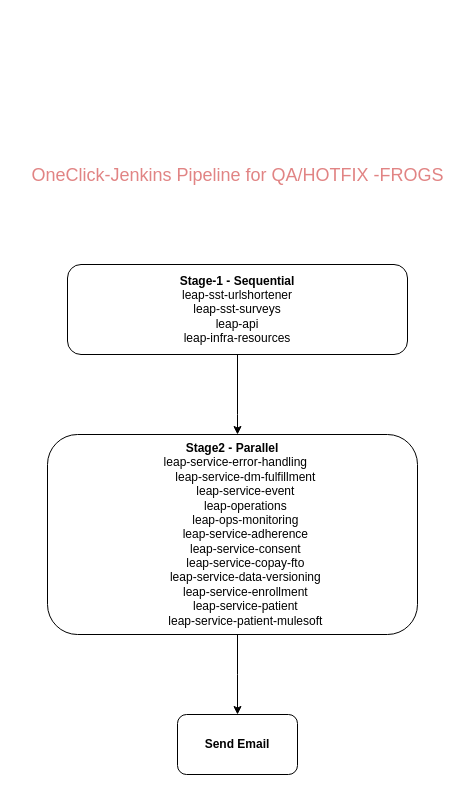
Before: Untitled Diagram.drawio in Sujin451/jenkins, a draw.io diagram. Source tidied: cells renumbered, new cells numbered last; positions are measured from the earlier drawing's top-left corner, leaving out a move shared by most shapes. Both pictures are drawn from the tidied source at 100%, with x=0, y=0 at pixel (17, 155).
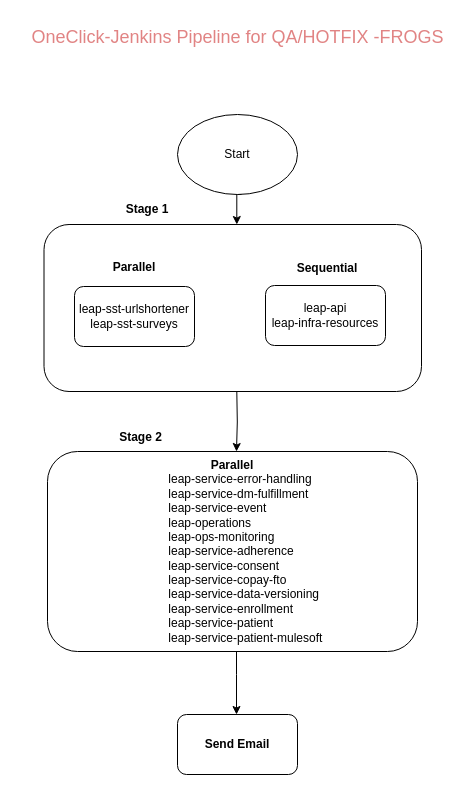
The same page after the edit.

The change refers to these unchanged cells:
```xml
<mxCell id="7" value="&lt;b&gt;Send Email&lt;/b&gt;" style="whiteSpace=wrap;html=1;rounded=1;" parent="1" vertex="1">
  <mxGeometry x="160" y="559" width="120" height="60" as="geometry" />
</mxCell>
```

Diff of the diagram source:
```diff
@@
-    <mxCell id="2" style="edgeStyle=orthogonalEdgeStyle;rounded=0;jettySize=auto;html=1;" parent="1" edge="1" source="3" target="5">
-      <mxGeometry relative="1" as="geometry">
-        <Array as="points">
-          <mxPoint x="220" y="259" />
-          <mxPoint x="220" y="259" />
-        </Array>
-      </mxGeometry>
-    </mxCell>
+    <mxCell id="9" style="edgeStyle=orthogonalEdgeStyle;rounded=0;orthogonalLoop=1;jettySize=auto;html=1;entryX=0.5;entryY=0;entryDx=0;entryDy=0;" parent="1" edge="1">
+      <mxGeometry relative="1" as="geometry">
+        <mxPoint x="219.3" y="236" as="sourcePoint" />
+        <mxPoint x="219" y="296" as="targetPoint" />
+      </mxGeometry>
+    </mxCell>
-    <mxCell id="3" value="&lt;b&gt;Stage-1 - Sequential&lt;/b&gt;&lt;div&gt;leap-sst-urlshortener&lt;/div&gt;&lt;div&gt;leap-sst-surveys&lt;/div&gt;&lt;div&gt;leap-api&lt;/div&gt;&lt;div&gt;leap-infra-resources&lt;/div&gt;" style="rounded=1;whiteSpace=wrap;html=1;" parent="1" vertex="1">
-      <mxGeometry x="50" y="109" width="340" height="90" as="geometry" />
+    <mxCell id="3" style="rounded=1;whiteSpace=wrap;html=1;" parent="1" vertex="1">
+      <mxGeometry x="26.5" y="69" width="377.5" height="167" as="geometry" />
     </mxCell>
-    <mxCell id="4" style="edgeStyle=orthogonalEdgeStyle;rounded=0;jettySize=auto;html=1;" parent="1" edge="1" source="5" target="7">
+    <mxCell id="4" style="edgeStyle=orthogonalEdgeStyle;rounded=0;orthogonalLoop=1;jettySize=auto;html=1;" parent="1" edge="1">
       <mxGeometry relative="1" as="geometry">
+        <mxPoint x="219" y="479" as="sourcePoint" />
+        <mxPoint x="219" y="559" as="targetPoint" />
         <Array as="points">
-          <mxPoint x="220" y="519" />
-          <mxPoint x="220" y="519" />
+          <mxPoint x="219" y="519" />
+          <mxPoint x="219" y="519" />
         </Array>
       </mxGeometry>
     </mxCell>
-    <mxCell id="5" value="&lt;b&gt;Stage2 - Parallel&lt;/b&gt;&lt;div&gt;&lt;div&gt;&amp;nbsp; leap-service-error-handling&lt;/div&gt;&lt;div&gt;&amp;nbsp; &amp;nbsp; &amp;nbsp; &amp;nbsp; leap-service-dm-fulfillment&lt;/div&gt;&lt;div&gt;&amp;nbsp; &amp;nbsp; &amp;nbsp; &amp;nbsp; leap-service-event&lt;/div&gt;&lt;div&gt;&amp;nbsp; &amp;nbsp; &amp;nbsp; &amp;nbsp; leap-operations&lt;/div&gt;&lt;div&gt;&amp;nbsp; &amp;nbsp; &amp;nbsp; &amp;nbsp; leap-ops-monitoring&lt;/div&gt;&lt;div&gt;&amp;nbsp; &amp;nbsp; &amp;nbsp; &amp;nbsp; leap-service-adherence&lt;/div&gt;&lt;div&gt;&amp;nbsp; &amp;nbsp; &amp;nbsp; &amp;nbsp; leap-service-consent&lt;/div&gt;&lt;div&gt;&amp;nbsp; &amp;nbsp; &amp;nbsp; &amp;nbsp; leap-service-copay-fto&lt;/div&gt;&lt;div&gt;&amp;nbsp; &amp;nbsp; &amp;nbsp; &amp;nbsp; leap-service-data-versioning&lt;/div&gt;&lt;div&gt;&amp;nbsp; &amp;nbsp; &amp;nbsp; &amp;nbsp; leap-service-enrollment&lt;/div&gt;&lt;div&gt;&amp;nbsp; &amp;nbsp; &amp;nbsp; &amp;nbsp; leap-service-patient&lt;/div&gt;&lt;div&gt;&amp;nbsp; &amp;nbsp; &amp;nbsp; &amp;nbsp; leap-service-patient-mulesoft&lt;/div&gt;&lt;/div&gt;" style="rounded=1;whiteSpace=wrap;html=1;" parent="1" vertex="1">
-      <mxGeometry x="30" y="279" width="370" height="200" as="geometry" />
+    <mxCell id="5" value="&lt;b&gt;Parallel&lt;/b&gt;&lt;div&gt;&lt;div style=&quot;text-align: left;&quot;&gt;&amp;nbsp; &lt;span style=&quot;white-space: pre;&quot;&gt;&#9;&lt;/span&gt;leap-service-error-handling&lt;/div&gt;&lt;div style=&quot;text-align: left;&quot;&gt;&amp;nbsp; &amp;nbsp; &amp;nbsp; &amp;nbsp; leap-service-dm-fulfillment&lt;/div&gt;&lt;div style=&quot;text-align: left;&quot;&gt;&amp;nbsp; &amp;nbsp; &amp;nbsp; &amp;nbsp; leap-service-event&lt;/div&gt;&lt;div style=&quot;text-align: left;&quot;&gt;&amp;nbsp; &amp;nbsp; &amp;nbsp; &amp;nbsp; leap-operations&lt;/div&gt;&lt;div style=&quot;text-align: left;&quot;&gt;&amp;nbsp; &amp;nbsp; &amp;nbsp; &amp;nbsp; leap-ops-monitoring&lt;/div&gt;&lt;div style=&quot;text-align: left;&quot;&gt;&amp;nbsp; &amp;nbsp; &amp;nbsp; &amp;nbsp; leap-service-adherence&lt;/div&gt;&lt;div style=&quot;text-align: left;&quot;&gt;&amp;nbsp; &amp;nbsp; &amp;nbsp; &amp;nbsp; leap-service-consent&lt;/div&gt;&lt;div style=&quot;text-align: left;&quot;&gt;&amp;nbsp; &amp;nbsp; &amp;nbsp; &amp;nbsp; leap-service-copay-fto&lt;/div&gt;&lt;div style=&quot;text-align: left;&quot;&gt;&amp;nbsp; &amp;nbsp; &amp;nbsp; &amp;nbsp; leap-service-data-versioning&lt;/div&gt;&lt;div style=&quot;text-align: left;&quot;&gt;&amp;nbsp; &amp;nbsp; &amp;nbsp; &amp;nbsp; leap-service-enrollment&lt;/div&gt;&lt;div style=&quot;text-align: left;&quot;&gt;&amp;nbsp; &amp;nbsp; &amp;nbsp; &amp;nbsp; leap-service-patient&lt;/div&gt;&lt;div style=&quot;text-align: left;&quot;&gt;&amp;nbsp; &amp;nbsp; &amp;nbsp; &amp;nbsp; leap-service-patient-mulesoft&lt;/div&gt;&lt;/div&gt;" style="rounded=1;whiteSpace=wrap;html=1;" parent="1" vertex="1">
+      <mxGeometry x="30" y="296" width="370" height="200" as="geometry" />
     </mxCell>
@@
     <mxCell id="8" value="OneClick-Jenkins Pipeline for QA/HOTFIX -FROGS" style="text;html=1;align=center;verticalAlign=middle;strokeColor=none;fillColor=none;fontSize=18;fontColor=#e18484;labelBorderColor=none;labelBackgroundColor=none;" parent="1" vertex="1">
-      <mxGeometry width="440" height="40" as="geometry" />
+      <mxGeometry y="-138" width="440" height="40" as="geometry" />
     </mxCell>
+    <mxCell id="10" value="leap-api&lt;div&gt;leap-infra-resources&lt;/div&gt;" style="rounded=1;whiteSpace=wrap;html=1;" parent="1" vertex="1">
+      <mxGeometry x="248" y="130" width="120" height="60" as="geometry" />
+    </mxCell>
+    <mxCell id="11" value="&lt;span style=&quot;background-color: initial;&quot;&gt;leap-sst-urlshortener&lt;/span&gt;&lt;br&gt;&lt;span style=&quot;background-color: initial;&quot;&gt;leap-sst-surveys&lt;/span&gt;" style="rounded=1;whiteSpace=wrap;html=1;" parent="1" vertex="1">
+      <mxGeometry x="57" y="131" width="120" height="60" as="geometry" />
+    </mxCell>
+    <mxCell id="12" value="Parallel" style="text;html=1;align=center;verticalAlign=middle;whiteSpace=wrap;rounded=0;fontStyle=1;" parent="1" vertex="1">
+      <mxGeometry x="87" y="97" width="60" height="30" as="geometry" />
+    </mxCell>
+    <mxCell id="13" value="Sequential" style="text;html=1;align=center;verticalAlign=middle;whiteSpace=wrap;rounded=0;fontStyle=1;" parent="1" vertex="1">
+      <mxGeometry x="280" y="98" width="60" height="30" as="geometry" />
+    </mxCell>
+    <mxCell id="14" style="edgeStyle=orthogonalEdgeStyle;rounded=0;orthogonalLoop=1;jettySize=auto;html=1;" parent="1" edge="1">
+      <mxGeometry relative="1" as="geometry">
+        <mxPoint x="224" y="39" as="sourcePoint" />
+        <mxPoint x="219.3" y="69" as="targetPoint" />
+      </mxGeometry>
+    </mxCell>
+    <mxCell id="15" value="Start" style="ellipse;whiteSpace=wrap;html=1;" parent="1" vertex="1">
+      <mxGeometry x="160" y="-41" width="120" height="80" as="geometry" />
+    </mxCell>
+    <mxCell id="16" value="&lt;b&gt;Stage 1&lt;/b&gt;" style="text;html=1;align=center;verticalAlign=middle;whiteSpace=wrap;rounded=0;" parent="1" vertex="1">
+      <mxGeometry x="100" y="39" width="60" height="30" as="geometry" />
+    </mxCell>
+    <mxCell id="17" value="Stage 2" style="text;html=1;align=center;verticalAlign=middle;strokeColor=none;fillColor=none;fontStyle=1;" parent="1" vertex="1">
+      <mxGeometry x="93" y="267" width="60" height="30" as="geometry" />
+    </mxCell>
```
